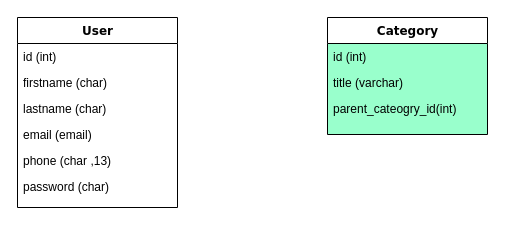
kamrannar/E-commerce-Sellshop keeps this draw.io diagram as Untitled Diagram.drawio. Above is the earlier version. Source tidied: cells renumbered, new cells numbered last; positions are measured from the earlier drawing's top-left corner, leaving out a move shared by most shapes. Both pictures are drawn from the tidied source at 100%, with x=0, y=0 at pixel (17, 17).
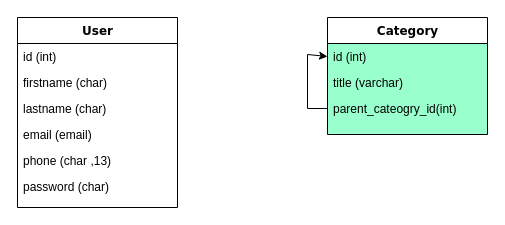
The same page after the edit.

Change to the diagram source:
```diff
@@
 <mxGraphModel background="#ffffff">
   <root>
     <mxCell id="0" />
     <mxCell id="1" parent="0" />
     <mxCell id="2" value="User" style="swimlane;html=1;fontStyle=1;align=center;verticalAlign=top;horizontal=1;startSize=26;swimlaneFillColor=#ffffff;rounded=0;shadow=0;comic=0;labelBackgroundColor=none;strokeWidth=1;fillColor=none;fontFamily=Verdana;fontSize=12;" parent="1" vertex="1">
       <mxGeometry width="160" height="190" as="geometry" />
     </mxCell>
     <mxCell id="3" value="id (int)&lt;br&gt;&lt;br&gt;" style="text;html=1;strokeColor=none;fillColor=none;align=left;verticalAlign=top;spacingLeft=4;spacingRight=4;whiteSpace=wrap;overflow=hidden;" parent="2" vertex="1">
       <mxGeometry y="26" width="160" height="26" as="geometry" />
     </mxCell>
     <mxCell id="4" value="firstname (char)" style="text;html=1;strokeColor=none;fillColor=none;align=left;verticalAlign=top;spacingLeft=4;spacingRight=4;whiteSpace=wrap;overflow=hidden;" parent="2" vertex="1">
       <mxGeometry y="52" width="160" height="26" as="geometry" />
     </mxCell>
     <mxCell id="5" value="lastname (char)" style="text;html=1;strokeColor=none;fillColor=none;align=left;verticalAlign=top;spacingLeft=4;spacingRight=4;whiteSpace=wrap;overflow=hidden;" parent="2" vertex="1">
       <mxGeometry y="78" width="160" height="26" as="geometry" />
     </mxCell>
     <mxCell id="6" value="email (email)" style="text;html=1;strokeColor=none;fillColor=none;align=left;verticalAlign=top;spacingLeft=4;spacingRight=4;whiteSpace=wrap;overflow=hidden;" parent="2" vertex="1">
       <mxGeometry y="104" width="160" height="26" as="geometry" />
     </mxCell>
     <mxCell id="7" value="phone (char ,13)" style="text;html=1;strokeColor=none;fillColor=none;align=left;verticalAlign=top;spacingLeft=4;spacingRight=4;whiteSpace=wrap;overflow=hidden;" parent="2" vertex="1">
       <mxGeometry y="130" width="160" height="26" as="geometry" />
     </mxCell>
     <mxCell id="8" value="password (char)" style="text;html=1;strokeColor=none;fillColor=none;align=left;verticalAlign=top;spacingLeft=4;spacingRight=4;whiteSpace=wrap;overflow=hidden;" parent="2" vertex="1">
       <mxGeometry y="156" width="160" height="26" as="geometry" />
     </mxCell>
     <mxCell id="9" value="Category" style="swimlane;html=1;fontStyle=1;align=center;verticalAlign=top;horizontal=1;startSize=26;swimlaneFillColor=#99FFCC;rounded=0;shadow=0;comic=0;labelBackgroundColor=none;strokeWidth=1;fillColor=none;fontFamily=Verdana;fontSize=12;" parent="1" vertex="1">
       <mxGeometry x="310" width="160" height="117" as="geometry" />
     </mxCell>
     <mxCell id="10" value="id (int)" style="text;html=1;strokeColor=none;fillColor=none;align=left;verticalAlign=top;spacingLeft=4;spacingRight=4;whiteSpace=wrap;overflow=hidden;points=[[0,0.5],[1,0.5]];portConstraint=eastwest;" parent="9" vertex="1">
       <mxGeometry y="26" width="160" height="26" as="geometry" />
     </mxCell>
     <mxCell id="11" value="title (varchar)" style="text;html=1;strokeColor=none;fillColor=none;align=left;verticalAlign=top;spacingLeft=4;spacingRight=4;whiteSpace=wrap;overflow=hidden;" parent="9" vertex="1">
       <mxGeometry y="52" width="160" height="26" as="geometry" />
     </mxCell>
+    <mxCell id="13" style="endArrow=classic;html=1;rounded=0;entryX=0;entryY=0.5;entryDx=0;entryDy=0;exitX=0;exitY=0.5;exitDx=0;exitDy=0;" parent="9" edge="1" source="12" target="10">
+      <mxGeometry relative="1" as="geometry">
+        <Array as="points">
+          <mxPoint x="-20" y="91" />
+          <mxPoint x="-20" y="37" />
+        </Array>
+      </mxGeometry>
+    </mxCell>
     <mxCell id="12" value="parent_cateogry_id(int)" style="text;html=1;strokeColor=none;fillColor=none;align=left;verticalAlign=top;spacingLeft=4;spacingRight=4;whiteSpace=wrap;overflow=hidden;points=[[0,0.5],[1,0.5]];portConstraint=eastwest;" parent="9" vertex="1">
       <mxGeometry y="78" width="160" height="26" as="geometry" />
     </mxCell>
   </root>
 </mxGraphModel>
```
